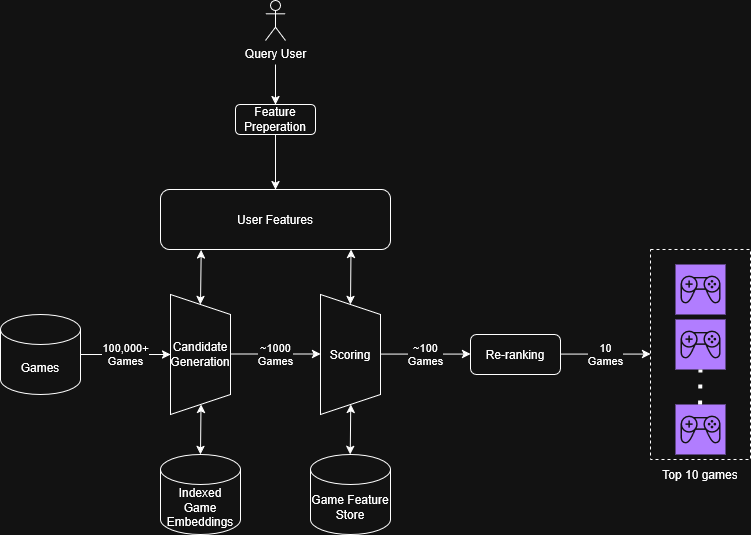
bunch21m/discovery-queue keeps this draw.io diagram as docs/design/DQ Prediction Pipeline.drawio.png. Above is the earlier version. Source tidied: cells renumbered, new cells last; positions are measured from the earlier drawing's top-left corner, leaving out a move shared by most shapes.
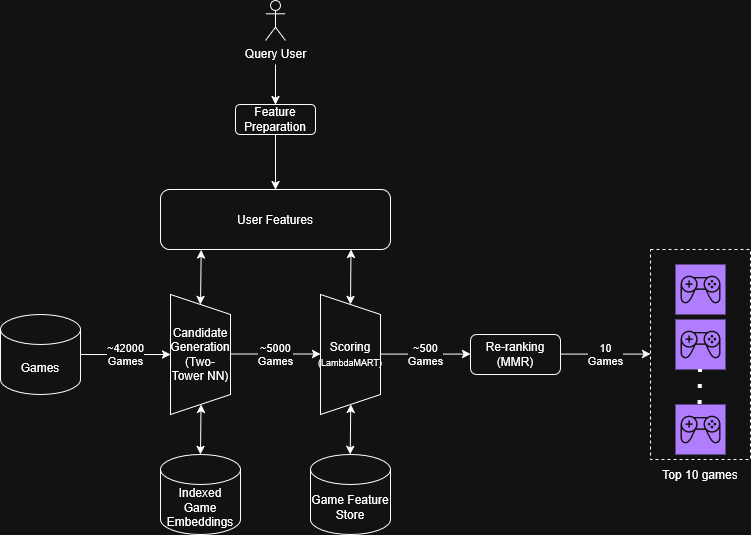
The same diagram one commit later.

Commit message:
Update README to give an overview of the project

What changed in the source:
```diff
@@ -5,7 +5,7 @@
     <mxCell id="2" value="Games" style="shape=cylinder3;whiteSpace=wrap;html=1;boundedLbl=1;backgroundOutline=1;size=15;" parent="1" vertex="1">
       <mxGeometry y="314" width="80" height="80" as="geometry" />
     </mxCell>
-    <mxCell id="3" value="100,000+&lt;br&gt;Games" style="endArrow=classic;html=1;rounded=0;" parent="1" edge="1">
+    <mxCell id="3" value="~42000&lt;br&gt;Games" style="endArrow=classic;html=1;rounded=0;" parent="1" edge="1">
       <mxGeometry relative="1" as="geometry">
         <mxPoint x="80" y="354" as="sourcePoint" />
         <mxPoint x="170" y="354" as="targetPoint" />
@@ -14,10 +14,10 @@
     <mxCell id="4" style="shape=trapezoid;perimeter=trapezoidPerimeter;whiteSpace=wrap;html=1;fixedSize=1;rotation=90;" parent="1" vertex="1">
       <mxGeometry x="140" y="324" width="120" height="60" as="geometry" />
     </mxCell>
-    <mxCell id="5" value="Candidate&lt;br&gt;Generation" style="text;html=1;whiteSpace=wrap;strokeColor=none;fillColor=none;align=center;verticalAlign=middle;rounded=0;" parent="1" vertex="1">
+    <mxCell id="5" value="Candidate&lt;br&gt;Generation&lt;br&gt;&lt;font&gt;(Two-Tower NN)&lt;/font&gt;" style="text;html=1;whiteSpace=wrap;strokeColor=none;fillColor=none;align=center;verticalAlign=middle;rounded=0;" parent="1" vertex="1">
       <mxGeometry x="170" y="339" width="60" height="30" as="geometry" />
     </mxCell>
-    <mxCell id="6" value="~1000&lt;br&gt;Games" style="endArrow=classic;html=1;rounded=0;" parent="1" edge="1">
+    <mxCell id="6" value="~5000&lt;br&gt;Games" style="endArrow=classic;html=1;rounded=0;" parent="1" edge="1">
       <mxGeometry relative="1" as="geometry">
         <mxPoint x="230" y="353.5" as="sourcePoint" />
         <mxPoint x="320" y="353.5" as="targetPoint" />
@@ -26,16 +26,16 @@
     <mxCell id="7" style="shape=trapezoid;perimeter=trapezoidPerimeter;whiteSpace=wrap;html=1;fixedSize=1;rotation=90;" parent="1" vertex="1">
       <mxGeometry x="290" y="324" width="120" height="60" as="geometry" />
     </mxCell>
-    <mxCell id="8" value="&lt;div&gt;Scoring&lt;/div&gt;" style="text;html=1;whiteSpace=wrap;strokeColor=none;fillColor=none;align=center;verticalAlign=middle;rounded=0;" parent="1" vertex="1">
+    <mxCell id="8" value="&lt;div&gt;Scoring&lt;/div&gt;&lt;font style=&quot;font-size: 9px;&quot;&gt;(LambdaMART)&lt;/font&gt;" style="text;html=1;whiteSpace=wrap;strokeColor=none;fillColor=none;align=center;verticalAlign=middle;rounded=0;" parent="1" vertex="1">
       <mxGeometry x="320" y="339" width="60" height="30" as="geometry" />
     </mxCell>
-    <mxCell id="9" value="~100&lt;br&gt;Games" style="endArrow=classic;html=1;rounded=0;" parent="1" edge="1">
+    <mxCell id="9" value="~500&lt;br&gt;Games" style="endArrow=classic;html=1;rounded=0;" parent="1" edge="1">
       <mxGeometry relative="1" as="geometry">
         <mxPoint x="380" y="353.6" as="sourcePoint" />
         <mxPoint x="470" y="353.6" as="targetPoint" />
       </mxGeometry>
     </mxCell>
-    <mxCell id="10" value="Re-ranking" style="rounded=1;whiteSpace=wrap;html=1;" parent="1" vertex="1">
+    <mxCell id="10" value="Re-ranking (MMR)" style="rounded=1;whiteSpace=wrap;html=1;" parent="1" vertex="1">
       <mxGeometry x="470" y="334" width="90" height="40" as="geometry" />
     </mxCell>
     <mxCell id="11" value="10&lt;br&gt;Games" style="endArrow=classic;html=1;rounded=0;" parent="1" edge="1">
@@ -78,7 +78,7 @@
     <mxCell id="21" value="Query User" style="shape=umlActor;verticalLabelPosition=bottom;verticalAlign=top;html=1;" parent="1" vertex="1">
       <mxGeometry x="265" width="20" height="40" as="geometry" />
     </mxCell>
-    <mxCell id="22" value="Feature Preperation" style="rounded=1;whiteSpace=wrap;html=1;" parent="1" vertex="1">
+    <mxCell id="22" value="Feature Preparation" style="rounded=1;whiteSpace=wrap;html=1;" parent="1" vertex="1">
       <mxGeometry x="235" y="104" width="80" height="30" as="geometry" />
     </mxCell>
     <mxCell id="23" style="endArrow=classic;html=1;rounded=0;entryX=0.5;entryY=0;entryDx=0;entryDy=0;" parent="1" edge="1" target="22">
```
